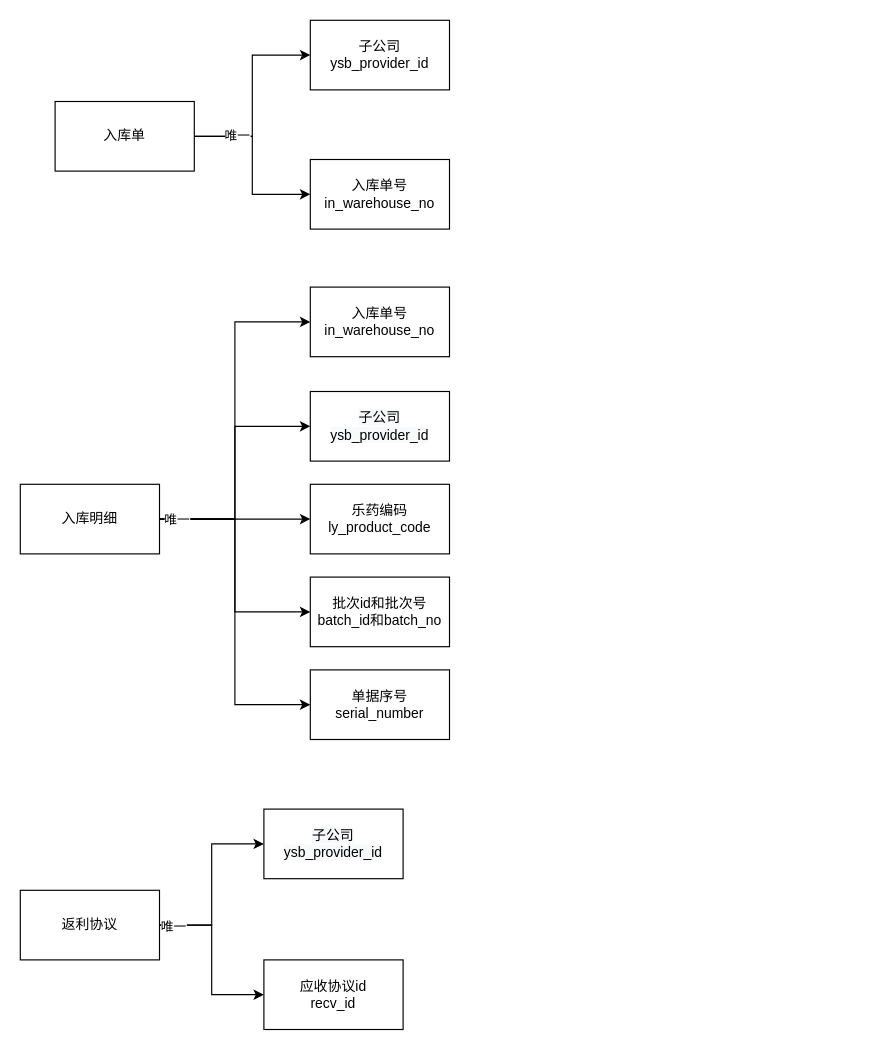
Earlier version of the draw.io diagram gitskills/入库单与入库明细.drawio (benbenbo/learngit). Source tidied: cells renumbered, new cells numbered last; positions are measured from the earlier drawing's top-left corner, leaving out a move shared by most shapes. Both pictures are drawn from the tidied source at 116%, with x=0, y=0 at pixel (20, 20).
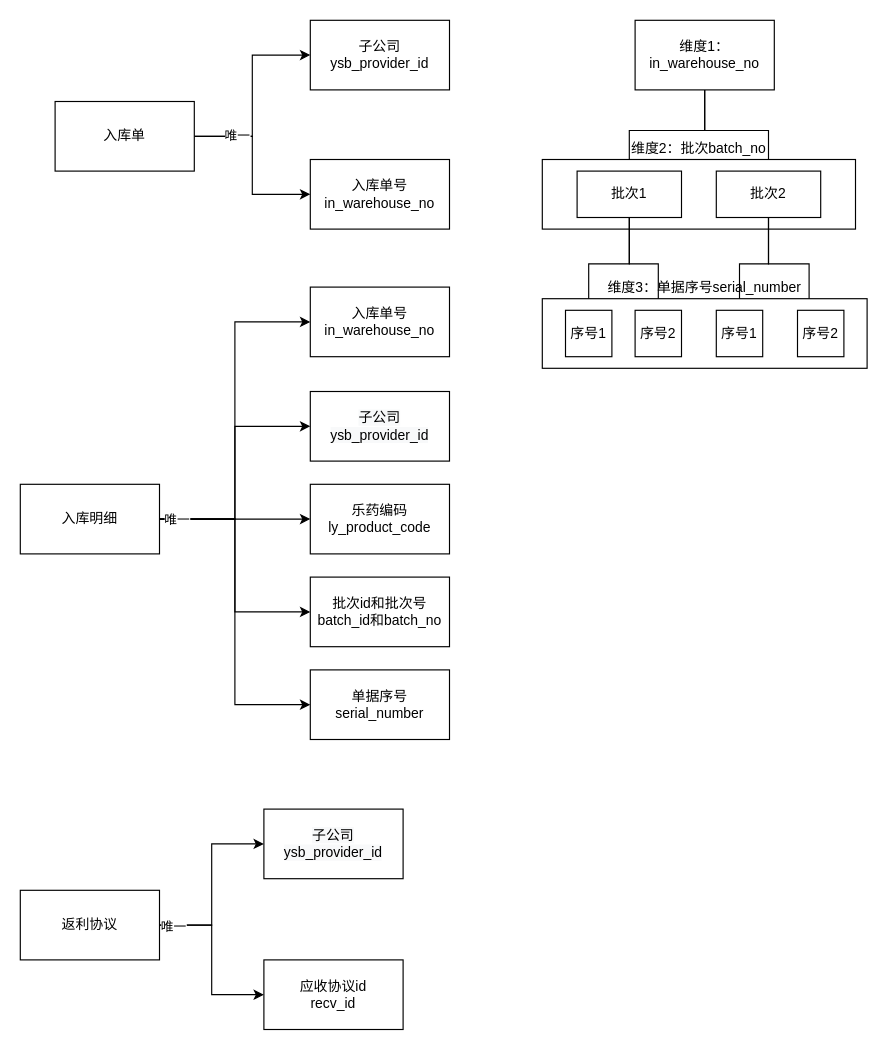
The same diagram, later.

Commit message (it also covers changes not shown here):
更新入库单与入库明细.drawio

Change to the diagram source:
```diff
@@
+    <mxCell id="26" style="edgeStyle=orthogonalEdgeStyle;rounded=0;jettySize=auto;html=1;entryX=0.5;entryY=0;entryDx=0;entryDy=0;" parent="1" edge="1" source="28" target="32">
+      <mxGeometry relative="1" as="geometry" />
+    </mxCell>
+    <mxCell id="27" style="edgeStyle=orthogonalEdgeStyle;rounded=0;jettySize=auto;html=1;entryX=0.5;entryY=0;entryDx=0;entryDy=0;" parent="1" edge="1" source="28" target="35">
+      <mxGeometry relative="1" as="geometry" />
+    </mxCell>
+    <mxCell id="28" value="维度1：in_warehouse_no" style="rounded=0;whiteSpace=wrap;html=1;" parent="1" vertex="1">
+      <mxGeometry x="530" width="120" height="60" as="geometry" />
+    </mxCell>
+    <mxCell id="29" value="维度2：批次batch_no" style="rounded=0;whiteSpace=wrap;html=1;labelPosition=center;verticalLabelPosition=top;align=center;verticalAlign=bottom;" parent="1" vertex="1">
+      <mxGeometry x="450" y="120" width="270" height="60" as="geometry" />
+    </mxCell>
+    <mxCell id="30" style="edgeStyle=orthogonalEdgeStyle;rounded=0;jettySize=auto;html=1;" parent="1" edge="1" source="32" target="37">
+      <mxGeometry relative="1" as="geometry" />
+    </mxCell>
+    <mxCell id="31" style="edgeStyle=orthogonalEdgeStyle;rounded=0;jettySize=auto;html=1;entryX=0.5;entryY=0;entryDx=0;entryDy=0;" parent="1" edge="1" source="32" target="38">
+      <mxGeometry relative="1" as="geometry" />
+    </mxCell>
+    <mxCell id="32" value="批次1" style="rounded=0;whiteSpace=wrap;html=1;" parent="1" vertex="1">
+      <mxGeometry x="480" y="130" width="90" height="40" as="geometry" />
+    </mxCell>
+    <mxCell id="33" style="edgeStyle=orthogonalEdgeStyle;rounded=0;jettySize=auto;html=1;entryX=0.5;entryY=0;entryDx=0;entryDy=0;" parent="1" edge="1" source="35" target="39">
+      <mxGeometry relative="1" as="geometry" />
+    </mxCell>
+    <mxCell id="34" style="edgeStyle=orthogonalEdgeStyle;rounded=0;jettySize=auto;html=1;entryX=0.25;entryY=0;entryDx=0;entryDy=0;" parent="1" edge="1" source="35" target="40">
+      <mxGeometry relative="1" as="geometry" />
+    </mxCell>
+    <mxCell id="35" value="批次2" style="rounded=0;whiteSpace=wrap;html=1;" parent="1" vertex="1">
+      <mxGeometry x="600" y="130" width="90" height="40" as="geometry" />
+    </mxCell>
+    <mxCell id="36" value="维度3：单据序号serial_number" style="rounded=0;whiteSpace=wrap;html=1;labelPosition=center;verticalLabelPosition=top;align=center;verticalAlign=bottom;" parent="1" vertex="1">
+      <mxGeometry x="450" y="240" width="280" height="60" as="geometry" />
+    </mxCell>
+    <mxCell id="37" value="序号1" style="rounded=0;whiteSpace=wrap;html=1;" parent="1" vertex="1">
+      <mxGeometry x="470" y="250" width="40" height="40" as="geometry" />
+    </mxCell>
+    <mxCell id="38" value="序号2" style="rounded=0;whiteSpace=wrap;html=1;" parent="1" vertex="1">
+      <mxGeometry x="530" y="250" width="40" height="40" as="geometry" />
+    </mxCell>
+    <mxCell id="39" value="序号1" style="rounded=0;whiteSpace=wrap;html=1;" parent="1" vertex="1">
+      <mxGeometry x="600" y="250" width="40" height="40" as="geometry" />
+    </mxCell>
+    <mxCell id="40" value="序号2" style="rounded=0;whiteSpace=wrap;html=1;" parent="1" vertex="1">
+      <mxGeometry x="670" y="250" width="40" height="40" as="geometry" />
+    </mxCell>
```
